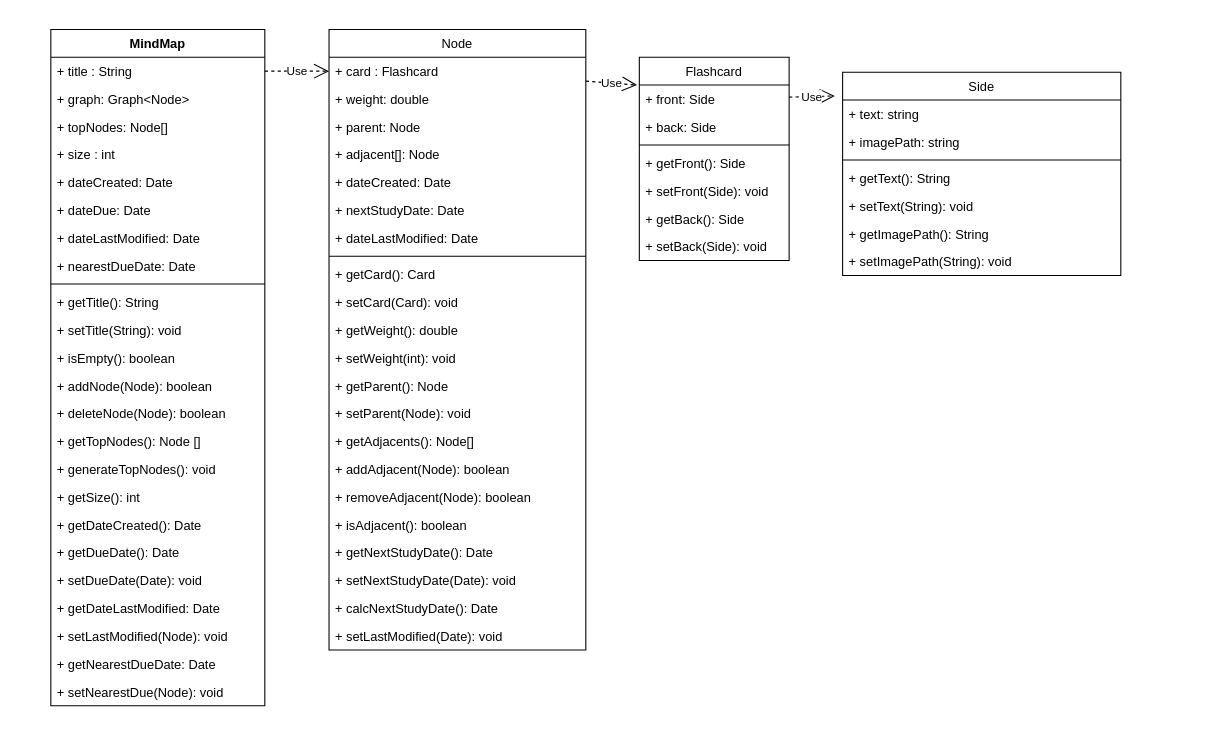
Earlier version of the draw.io diagram UML_Diagrams/class/MindMap2.drawio (kylehackett99/HourWork). Source tidied: cells renumbered, new cells numbered last; positions are measured from the earlier drawing's top-left corner, leaving out a move shared by most shapes. Both pictures are drawn from the tidied source at 107%, with x=0, y=0 at pixel (50, 29).
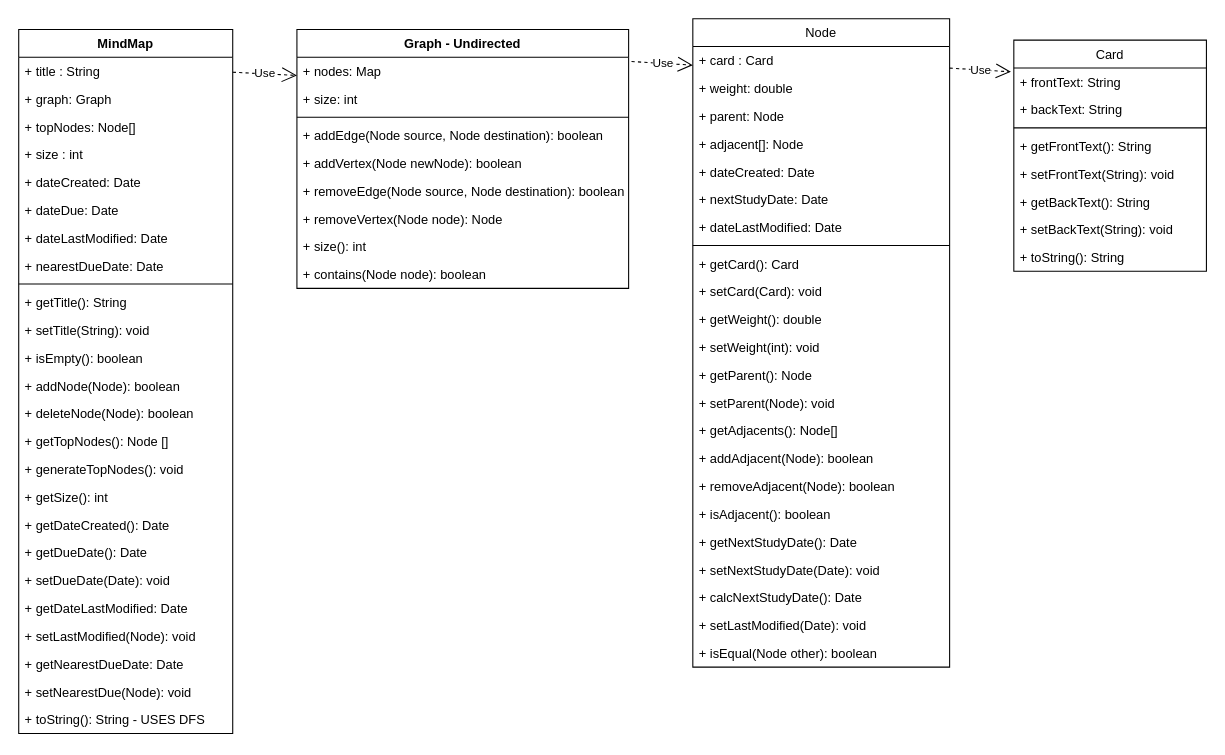
The same diagram, later.

Unchanged cells that the change refers to:
```xml
<mxCell id="44" value="+ title : String" style="text;strokeColor=none;fillColor=none;align=left;verticalAlign=top;spacingLeft=4;spacingRight=4;overflow=hidden;points=[[0,0.5],[1,0.5]];portConstraint=eastwest;" parent="43" vertex="1">
  <mxGeometry y="26" width="200" height="26" as="geometry" />
</mxCell>
```

What changed in the source:
```diff
@@
-    <mxCell id="2" value="Flashcard" style="swimlane;fontStyle=0;horizontal=1;startSize=26;fillColor=none;" parent="1" vertex="1">
-      <mxGeometry x="550" y="26" width="140" height="190" as="geometry" />
+    <mxCell id="2" value="Card" style="swimlane;fontStyle=0;horizontal=1;startSize=26;fillColor=none;" parent="1" vertex="1">
+      <mxGeometry x="900" y="10" width="180" height="216" as="geometry" />
     </mxCell>
-    <mxCell id="3" value="+ front: Side" style="text;strokeColor=none;fillColor=none;align=left;verticalAlign=top;spacingLeft=4;spacingRight=4;overflow=hidden;points=[[0,0.5],[1,0.5]];portConstraint=eastwest;" parent="2" vertex="1">
-      <mxGeometry y="26" width="140" height="26" as="geometry" />
+    <mxCell id="3" value="+ frontText: String" style="text;strokeColor=none;fillColor=none;align=left;verticalAlign=top;spacingLeft=4;spacingRight=4;overflow=hidden;points=[[0,0.5],[1,0.5]];portConstraint=eastwest;" parent="2" vertex="1">
+      <mxGeometry y="26" width="180" height="26" as="geometry" />
     </mxCell>
-    <mxCell id="4" value="+ back: Side&#10;" style="text;strokeColor=none;fillColor=none;align=left;verticalAlign=top;spacingLeft=4;spacingRight=4;overflow=hidden;" parent="2" vertex="1">
-      <mxGeometry y="52" width="140" height="26" as="geometry" />
+    <mxCell id="4" value="+ backText: String&#10;" style="text;strokeColor=none;fillColor=none;align=left;verticalAlign=top;spacingLeft=4;spacingRight=4;overflow=hidden;" parent="2" vertex="1">
+      <mxGeometry y="52" width="180" height="26" as="geometry" />
     </mxCell>
     <mxCell id="5" style="line;strokeWidth=1;fillColor=none;align=left;verticalAlign=middle;spacingTop=-1;spacingLeft=3;spacingRight=3;labelPosition=right;" parent="2" vertex="1">
-      <mxGeometry y="78" width="140" height="8" as="geometry" />
+      <mxGeometry y="78" width="180" height="8" as="geometry" />
     </mxCell>
-    <mxCell id="6" value="+ getFront(): Side" style="text;strokeColor=none;fillColor=none;align=left;verticalAlign=top;spacingLeft=4;spacingRight=4;overflow=hidden;" parent="2" vertex="1">
-      <mxGeometry y="86" width="140" height="26" as="geometry" />
+    <mxCell id="6" value="+ getFrontText(): String" style="text;strokeColor=none;fillColor=none;align=left;verticalAlign=top;spacingLeft=4;spacingRight=4;overflow=hidden;" parent="2" vertex="1">
+      <mxGeometry y="86" width="180" height="26" as="geometry" />
     </mxCell>
-    <mxCell id="7" value="+ setFront(Side): void" style="text;strokeColor=none;fillColor=none;align=left;verticalAlign=top;spacingLeft=4;spacingRight=4;overflow=hidden;" parent="2" vertex="1">
-      <mxGeometry y="112" width="140" height="26" as="geometry" />
+    <mxCell id="7" value="+ setFrontText(String): void" style="text;strokeColor=none;fillColor=none;align=left;verticalAlign=top;spacingLeft=4;spacingRight=4;overflow=hidden;" parent="2" vertex="1">
+      <mxGeometry y="112" width="180" height="26" as="geometry" />
     </mxCell>
-    <mxCell id="8" value="+ getBack(): Side" style="text;strokeColor=none;fillColor=none;align=left;verticalAlign=top;spacingLeft=4;spacingRight=4;overflow=hidden;" parent="2" vertex="1">
-      <mxGeometry y="138" width="140" height="26" as="geometry" />
+    <mxCell id="8" value="+ getBackText(): String" style="text;strokeColor=none;fillColor=none;align=left;verticalAlign=top;spacingLeft=4;spacingRight=4;overflow=hidden;" parent="2" vertex="1">
+      <mxGeometry y="138" width="180" height="26" as="geometry" />
     </mxCell>
-    <mxCell id="9" value="+ setBack(Side): void" style="text;strokeColor=none;fillColor=none;align=left;verticalAlign=top;spacingLeft=4;spacingRight=4;overflow=hidden;" parent="2" vertex="1">
-      <mxGeometry y="164" width="140" height="26" as="geometry" />
+    <mxCell id="9" value="+ setBackText(String): void" style="text;strokeColor=none;fillColor=none;align=left;verticalAlign=top;spacingLeft=4;spacingRight=4;overflow=hidden;" parent="2" vertex="1">
+      <mxGeometry y="164" width="180" height="26" as="geometry" />
     </mxCell>
-    <mxCell id="10" value="Side" style="swimlane;fontStyle=0;horizontal=1;startSize=26;fillColor=none;" parent="1" vertex="1">
-      <mxGeometry x="740" y="40" width="260" height="190" as="geometry" />
-    </mxCell>
-    <mxCell id="11" value="+ text: string" style="text;strokeColor=none;fillColor=none;align=left;verticalAlign=top;spacingLeft=4;spacingRight=4;overflow=hidden;points=[[0,0.5],[1,0.5]];portConstraint=eastwest;" parent="10" vertex="1">
-      <mxGeometry y="26" width="260" height="26" as="geometry" />
-    </mxCell>
-    <mxCell id="12" value="+ imagePath: string" style="text;strokeColor=none;fillColor=none;align=left;verticalAlign=top;spacingLeft=4;spacingRight=4;overflow=hidden;" parent="10" vertex="1">
-      <mxGeometry y="52" width="260" height="26" as="geometry" />
-    </mxCell>
-    <mxCell id="13" style="line;strokeWidth=1;fillColor=none;align=left;verticalAlign=middle;spacingTop=-1;spacingLeft=3;spacingRight=3;labelPosition=right;" parent="10" vertex="1">
-      <mxGeometry y="78" width="260" height="8" as="geometry" />
-    </mxCell>
-    <mxCell id="14" value="+ getText(): String" style="text;strokeColor=none;fillColor=none;align=left;verticalAlign=top;spacingLeft=4;spacingRight=4;overflow=hidden;" parent="10" vertex="1">
-      <mxGeometry y="86" width="260" height="26" as="geometry" />
-    </mxCell>
-    <mxCell id="15" value="+ setText(String): void" style="text;strokeColor=none;fillColor=none;align=left;verticalAlign=top;spacingLeft=4;spacingRight=4;overflow=hidden;" parent="10" vertex="1">
-      <mxGeometry y="112" width="260" height="26" as="geometry" />
-    </mxCell>
-    <mxCell id="16" value="+ getImagePath(): String " style="text;strokeColor=none;fillColor=none;align=left;verticalAlign=top;spacingLeft=4;spacingRight=4;overflow=hidden;" parent="10" vertex="1">
-      <mxGeometry y="138" width="260" height="26" as="geometry" />
-    </mxCell>
-    <mxCell id="17" value="+ setImagePath(String): void " style="text;strokeColor=none;fillColor=none;align=left;verticalAlign=top;spacingLeft=4;spacingRight=4;overflow=hidden;" parent="10" vertex="1">
-      <mxGeometry y="164" width="260" height="26" as="geometry" />
-    </mxCell>
+    <mxCell id="69" value="+ toString(): String" style="text;strokeColor=none;fillColor=none;align=left;verticalAlign=top;spacingLeft=4;spacingRight=4;overflow=hidden;" parent="2" vertex="1">
+      <mxGeometry y="190" width="180" height="26" as="geometry" />
+    </mxCell>
     <mxCell id="18" value="Node" style="swimlane;fontStyle=0;horizontal=1;startSize=26;fillColor=none;" parent="1" vertex="1">
-      <mxGeometry x="260" width="240" height="580" as="geometry" />
+      <mxGeometry x="600" y="-10" width="240" height="606" as="geometry" />
     </mxCell>
-    <mxCell id="19" value="+ card : Flashcard" style="text;strokeColor=none;fillColor=none;align=left;verticalAlign=top;spacingLeft=4;spacingRight=4;overflow=hidden;points=[[0,0.5],[1,0.5]];portConstraint=eastwest;" parent="18" vertex="1">
+    <mxCell id="19" value="+ card : Card" style="text;strokeColor=none;fillColor=none;align=left;verticalAlign=top;spacingLeft=4;spacingRight=4;overflow=hidden;points=[[0,0.5],[1,0.5]];portConstraint=eastwest;" parent="18" vertex="1">
       <mxGeometry y="26" width="240" height="26" as="geometry" />
     </mxCell>
@@
-    <mxCell id="41" value="Use" style="endArrow=open;endSize=12;dashed=1;html=1;rounded=0;entryX=-0.028;entryY=-0.147;entryDx=0;entryDy=0;entryPerimeter=0;" parent="1" edge="1" source="3" target="11">
-      <mxGeometry relative="1" as="geometry" />
-    </mxCell>
+    <mxCell id="70" value="+ isEqual(Node other): boolean" style="text;strokeColor=none;fillColor=none;align=left;verticalAlign=top;spacingLeft=4;spacingRight=4;overflow=hidden;" parent="18" vertex="1">
+      <mxGeometry y="580" width="240" height="26" as="geometry" />
+    </mxCell>
@@
     <mxCell id="43" value="MindMap" style="swimlane;fontStyle=1;align=center;verticalAlign=top;horizontal=1;startSize=26;" parent="1" vertex="1">
-      <mxGeometry width="200" height="632" as="geometry" />
+      <mxGeometry x="-30" width="200" height="658" as="geometry" />
     </mxCell>
@@
-    <mxCell id="45" value="+ graph: Graph&lt;Node&gt;" style="text;strokeColor=none;fillColor=none;align=left;verticalAlign=top;spacingLeft=4;spacingRight=4;overflow=hidden;" parent="43" vertex="1">
+    <mxCell id="45" value="+ graph: Graph" style="text;strokeColor=none;fillColor=none;align=left;verticalAlign=top;spacingLeft=4;spacingRight=4;overflow=hidden;" parent="43" vertex="1">
       <mxGeometry y="52" width="200" height="26" as="geometry" />
     </mxCell>
@@
-    <mxCell id="68" value="Use" style="endArrow=open;endSize=12;dashed=1;html=1;rounded=0;entryX=0;entryY=0.5;entryDx=0;entryDy=0;exitX=1;exitY=0.5;exitDx=0;exitDy=0;" parent="1" edge="1" source="44" target="19">
-      <mxGeometry relative="1" as="geometry" />
-    </mxCell>
+    <mxCell id="71" value="+ toString(): String - USES DFS" style="text;strokeColor=none;fillColor=none;align=left;verticalAlign=top;spacingLeft=4;spacingRight=4;overflow=hidden;" parent="43" vertex="1">
+      <mxGeometry y="632" width="200" height="26" as="geometry" />
+    </mxCell>
+    <mxCell id="72" value="Graph - Undirected" style="swimlane;fontStyle=1;align=center;verticalAlign=top;horizontal=1;startSize=26;" parent="1" vertex="1">
+      <mxGeometry x="230" width="310" height="242" as="geometry" />
+    </mxCell>
+    <mxCell id="73" value="+ nodes: Map" style="text;strokeColor=none;fillColor=none;align=left;verticalAlign=top;spacingLeft=4;spacingRight=4;overflow=hidden;" parent="72" vertex="1">
+      <mxGeometry y="26" width="310" height="26" as="geometry" />
+    </mxCell>
+    <mxCell id="74" value="+ size: int" style="text;strokeColor=none;fillColor=none;align=left;verticalAlign=top;spacingLeft=4;spacingRight=4;overflow=hidden;" parent="72" vertex="1">
+      <mxGeometry y="52" width="310" height="26" as="geometry" />
+    </mxCell>
+    <mxCell id="75" style="line;strokeWidth=1;fillColor=none;align=left;verticalAlign=middle;spacingTop=-1;spacingLeft=3;spacingRight=3;labelPosition=right;" parent="72" vertex="1">
+      <mxGeometry y="78" width="310" height="8" as="geometry" />
+    </mxCell>
+    <mxCell id="76" value="+ addEdge(Node source, Node destination): boolean" style="text;strokeColor=none;fillColor=none;align=left;verticalAlign=top;spacingLeft=4;spacingRight=4;overflow=hidden;" parent="72" vertex="1">
+      <mxGeometry y="86" width="310" height="26" as="geometry" />
+    </mxCell>
+    <mxCell id="77" value="+ addVertex(Node newNode): boolean" style="text;strokeColor=none;fillColor=none;align=left;verticalAlign=top;spacingLeft=4;spacingRight=4;overflow=hidden;" parent="72" vertex="1">
+      <mxGeometry y="112" width="310" height="26" as="geometry" />
+    </mxCell>
+    <mxCell id="78" value="+ removeEdge(Node source, Node destination): boolean" style="text;strokeColor=none;fillColor=none;align=left;verticalAlign=top;spacingLeft=4;spacingRight=4;overflow=hidden;" parent="72" vertex="1">
+      <mxGeometry y="138" width="310" height="26" as="geometry" />
+    </mxCell>
+    <mxCell id="79" value="+ removeVertex(Node node): Node" style="text;strokeColor=none;fillColor=none;align=left;verticalAlign=top;spacingLeft=4;spacingRight=4;overflow=hidden;" parent="72" vertex="1">
+      <mxGeometry y="164" width="310" height="26" as="geometry" />
+    </mxCell>
+    <mxCell id="80" value="+ size(): int" style="text;strokeColor=none;fillColor=none;align=left;verticalAlign=top;spacingLeft=4;spacingRight=4;overflow=hidden;" parent="72" vertex="1">
+      <mxGeometry y="190" width="310" height="26" as="geometry" />
+    </mxCell>
+    <mxCell id="81" value="+ contains(Node node): boolean" style="text;strokeColor=none;fillColor=none;align=left;verticalAlign=top;spacingLeft=4;spacingRight=4;overflow=hidden;" parent="72" vertex="1">
+      <mxGeometry y="216" width="310" height="26" as="geometry" />
+    </mxCell>
+    <mxCell id="82" value="Use" style="endArrow=open;endSize=12;dashed=1;html=1;rounded=0;entryX=-0.015;entryY=0.137;entryDx=0;entryDy=0;entryPerimeter=0;" parent="1" edge="1">
+      <mxGeometry relative="1" as="geometry">
+        <mxPoint x="542.7" y="30" as="sourcePoint" />
+        <mxPoint x="600" y="33.4" as="targetPoint" />
+      </mxGeometry>
+    </mxCell>
+    <mxCell id="83" value="Use" style="endArrow=open;endSize=12;dashed=1;html=1;rounded=0;" parent="1" edge="1">
+      <mxGeometry relative="1" as="geometry">
+        <mxPoint x="170" y="40" as="sourcePoint" />
+        <mxPoint x="230" y="43" as="targetPoint" />
+      </mxGeometry>
+    </mxCell>
```
